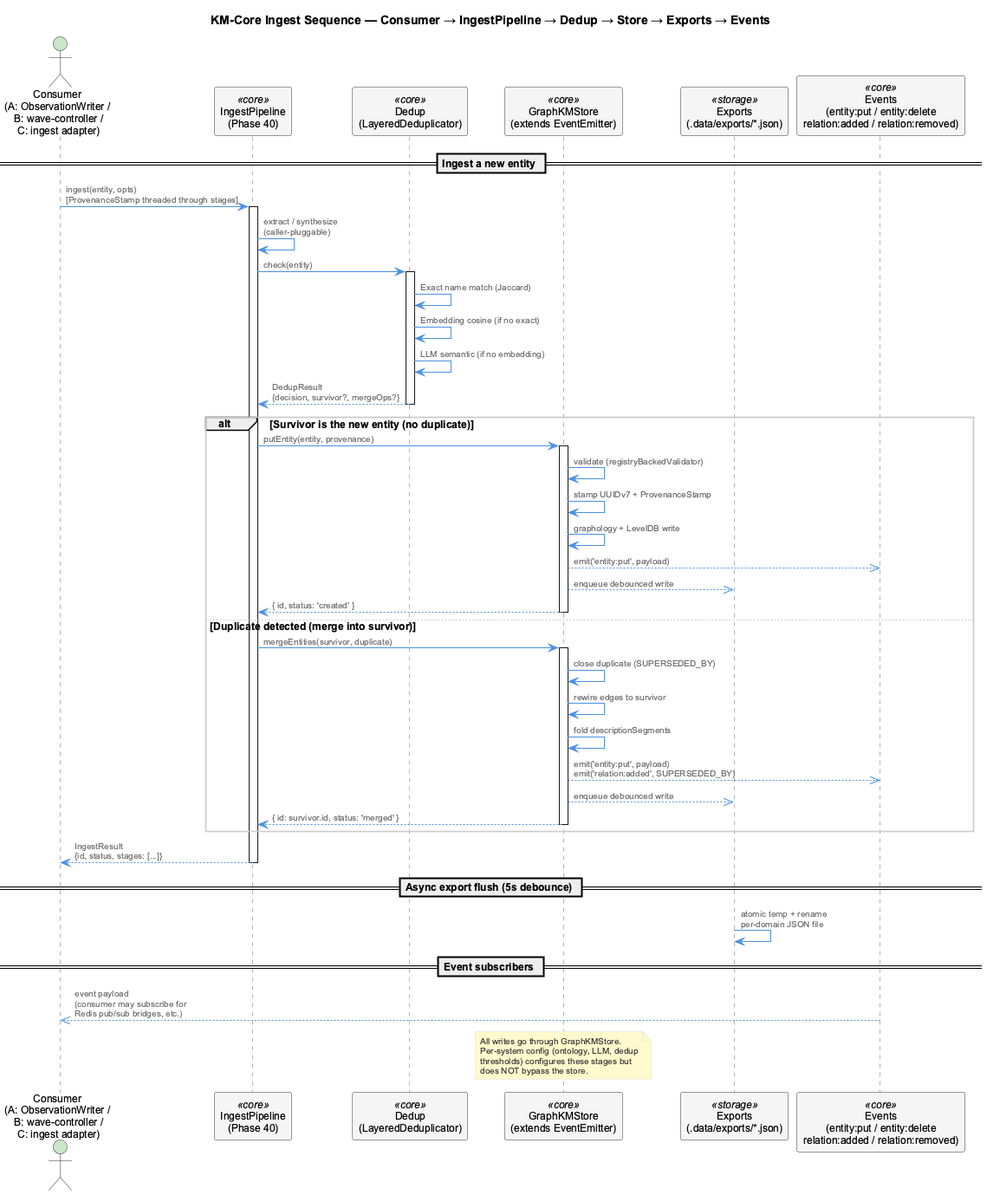
This is docs-content/images/km-core-ingest-sequence.png from fwornle/coding, a PlantUML export, as it was before one commit.
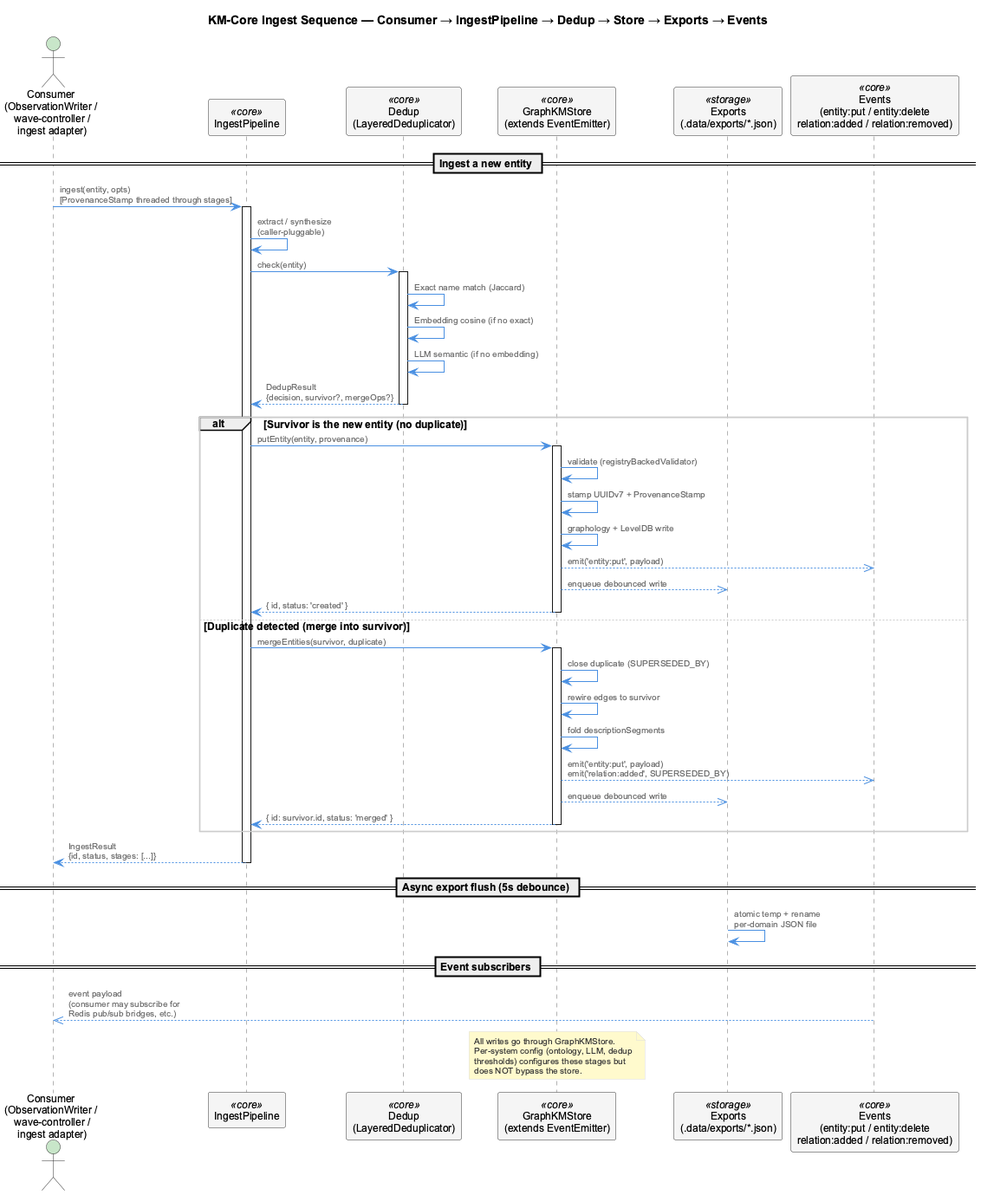
Above is the later version.

Commit message:
docs(46-cleanup): drop A/B/C + Phase-N labels from shipped diagrams

The edit, as a diff of the source:
```diff
@@ -4,9 +4,9 @@
 title KM-Core Ingest Sequence — Consumer → IngestPipeline → Dedup → Store → Exports → Events
 
 
-actor "Consumer\n(A: ObservationWriter /\n B: wave-controller /\n C: ingest adapter)" as consumer
+actor "Consumer\n(ObservationWriter /\n wave-controller /\n ingest adapter)" as consumer
 
-participant "IngestPipeline\n(Phase 40)" as pipeline <<core>>
+participant "IngestPipeline" as pipeline <<core>>
 participant "Dedup\n(LayeredDeduplicator)" as dedup <<core>>
 participant "GraphKMStore\n(extends EventEmitter)" as store <<core>>
 participant "Exports\n(.data/exports/*.json)" as exports <<storage>>
```
